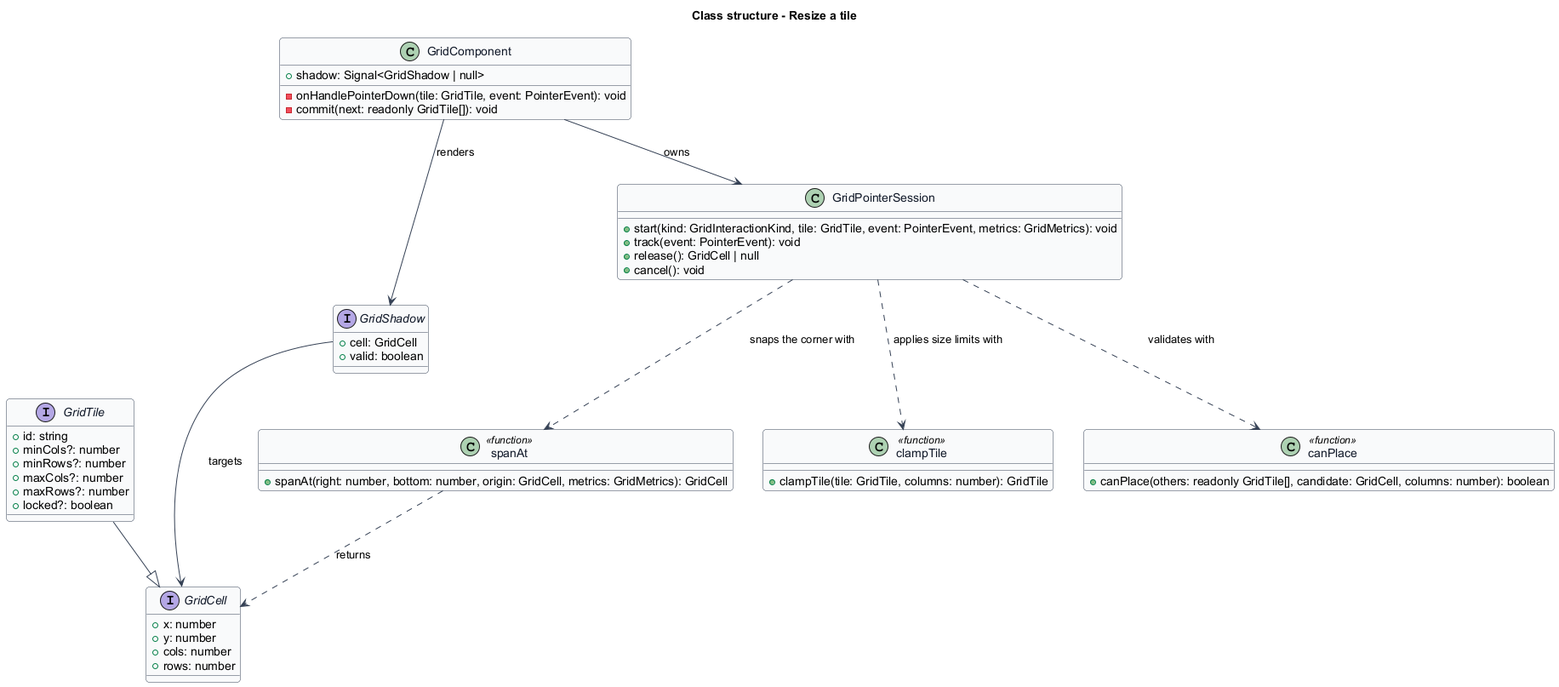
QuinntyneBrown/qbc-grid keeps this PlantUML diagram as docs/detailed-designs/tile-interaction/resize-a-tile/diagrams/class-structure.png. Above is the earlier version. The source it was exported from:
```plantuml
@startuml
skinparam backgroundColor #FFFFFF
skinparam shadowing false
skinparam roundcorner 8
skinparam defaultFontName Arial
skinparam ArrowColor #344054
skinparam class {
  BorderColor #344054
  FontColor #101828
  BackgroundColor #F9FAFB
}
title Class structure - Resize a tile

interface GridCell {
  +x: number
  +y: number
  +cols: number
  +rows: number
}

interface GridTile {
  +id: string
  +minCols?: number
  +minRows?: number
  +maxCols?: number
  +maxRows?: number
  +locked?: boolean
}

interface GridShadow {
  +cell: GridCell
  +valid: boolean
}

class GridPointerSession {
  +start(kind: GridInteractionKind, tile: GridTile, event: PointerEvent, metrics: GridMetrics): void
  +track(event: PointerEvent): void
  +release(): GridCell | null
  +cancel(): void
}

class GridComponent {
  +shadow: Signal<GridShadow | null>
  -onHandlePointerDown(tile: GridTile, event: PointerEvent): void
  -commit(next: readonly GridTile[]): void
}

class spanAt <<function>> {
  +spanAt(right: number, bottom: number, origin: GridCell, metrics: GridMetrics): GridCell
}

class clampTile <<function>> {
  +clampTile(tile: GridTile, columns: number): GridTile
}

class canPlace <<function>> {
  +canPlace(others: readonly GridTile[], candidate: GridCell, columns: number): boolean
}

GridTile --|> GridCell
GridComponent --> GridPointerSession : owns
GridComponent --> GridShadow : renders
GridPointerSession ..> spanAt : snaps the corner with
GridPointerSession ..> clampTile : applies size limits with
GridPointerSession ..> canPlace : validates with
GridShadow --> GridCell : targets
spanAt ..> GridCell : returns
@enduml
```
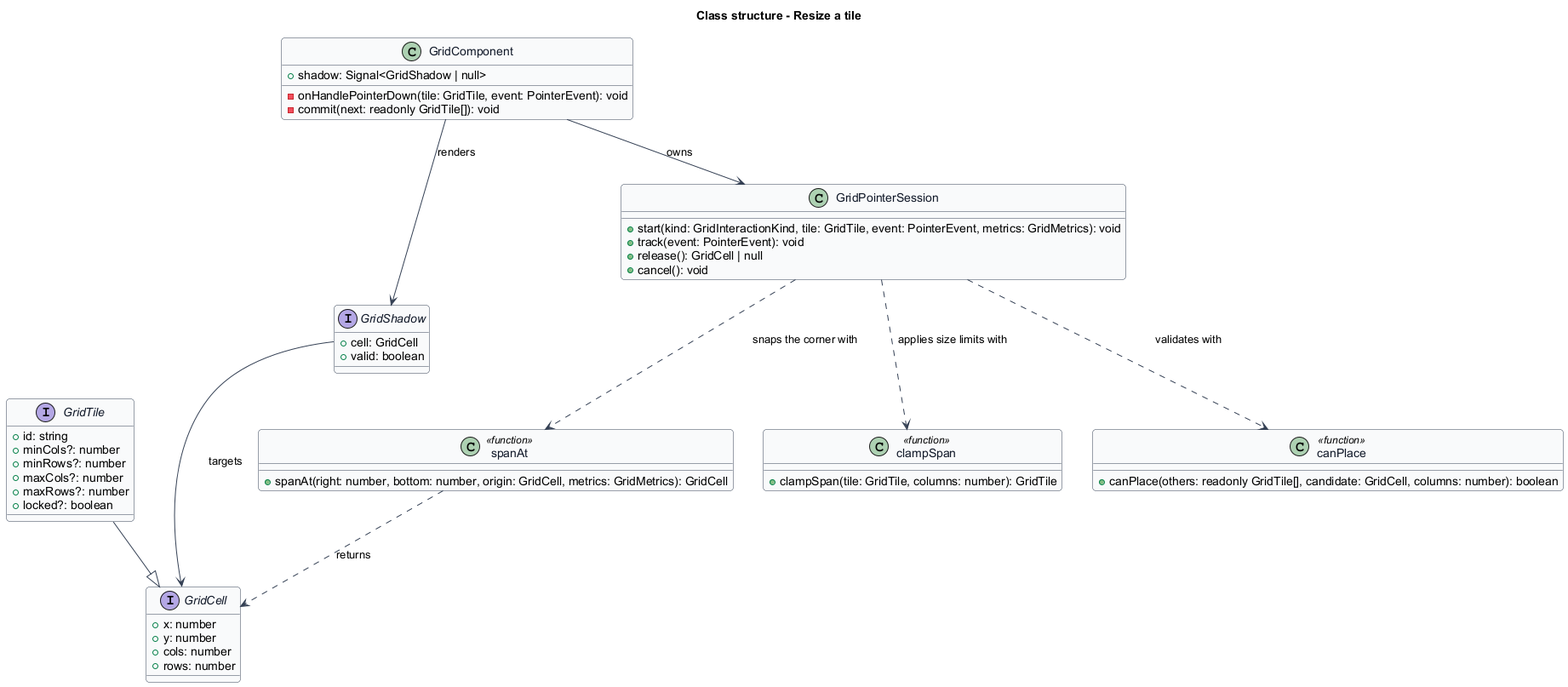
Above is the later version.

The edit, as a diff of the source:
```diff
@@ -49,8 +49,8 @@
   +spanAt(right: number, bottom: number, origin: GridCell, metrics: GridMetrics): GridCell
 }
 
-class clampTile <<function>> {
-  +clampTile(tile: GridTile, columns: number): GridTile
+class clampSpan <<function>> {
+  +clampSpan(tile: GridTile, columns: number): GridTile
 }
 
 class canPlace <<function>> {
@@ -61,7 +61,7 @@
 GridComponent --> GridPointerSession : owns
 GridComponent --> GridShadow : renders
 GridPointerSession ..> spanAt : snaps the corner with
-GridPointerSession ..> clampTile : applies size limits with
+GridPointerSession ..> clampSpan : applies size limits with
 GridPointerSession ..> canPlace : validates with
 GridShadow --> GridCell : targets
 spanAt ..> GridCell : returns
```
